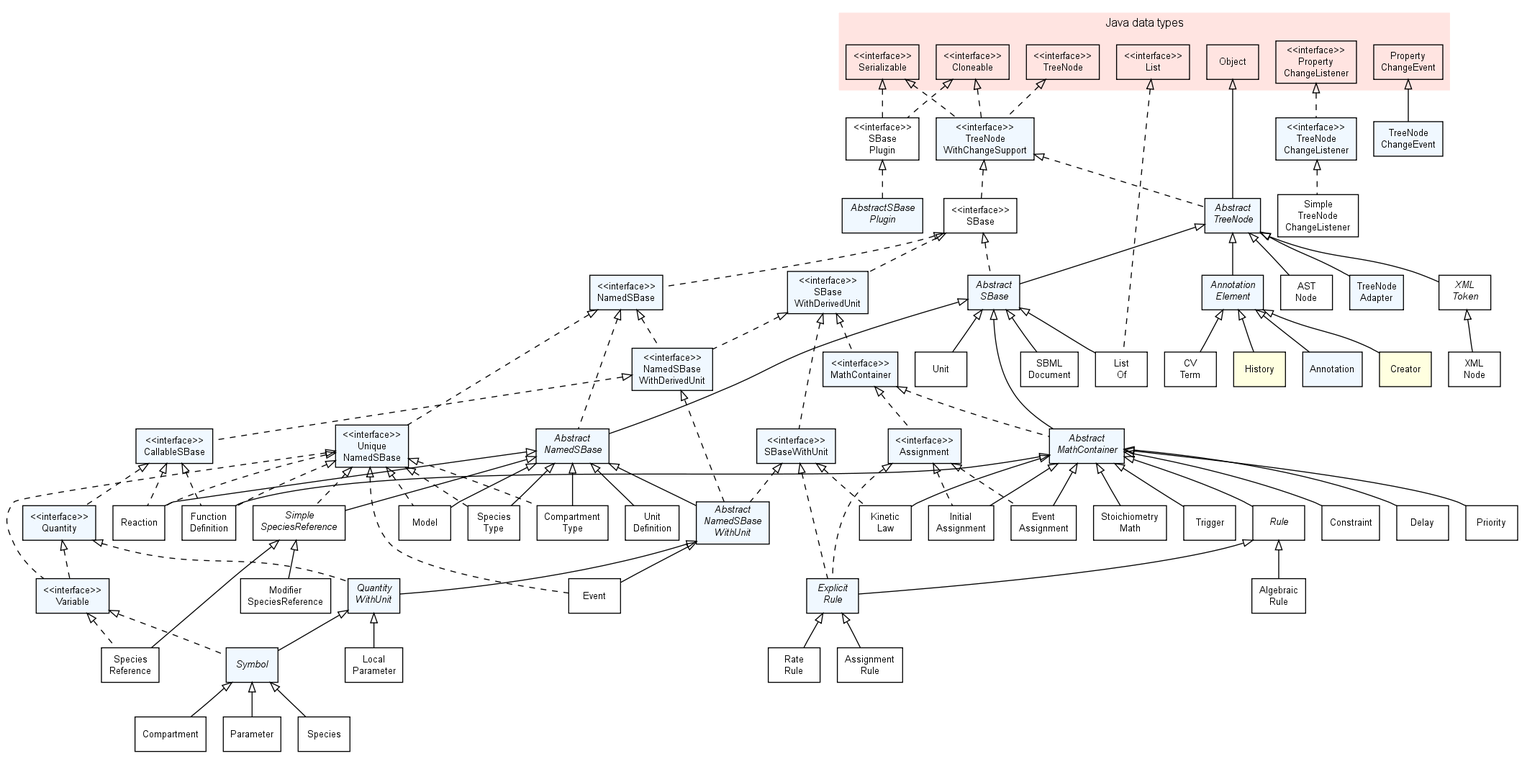
ChavaVennela/jsbml keeps this Graphviz diagram as doc/img/FullTypeHierarchy.png. Above is the earlier version. Its source is kept beside it as doc/img/FullTypeHierarchy.dot.
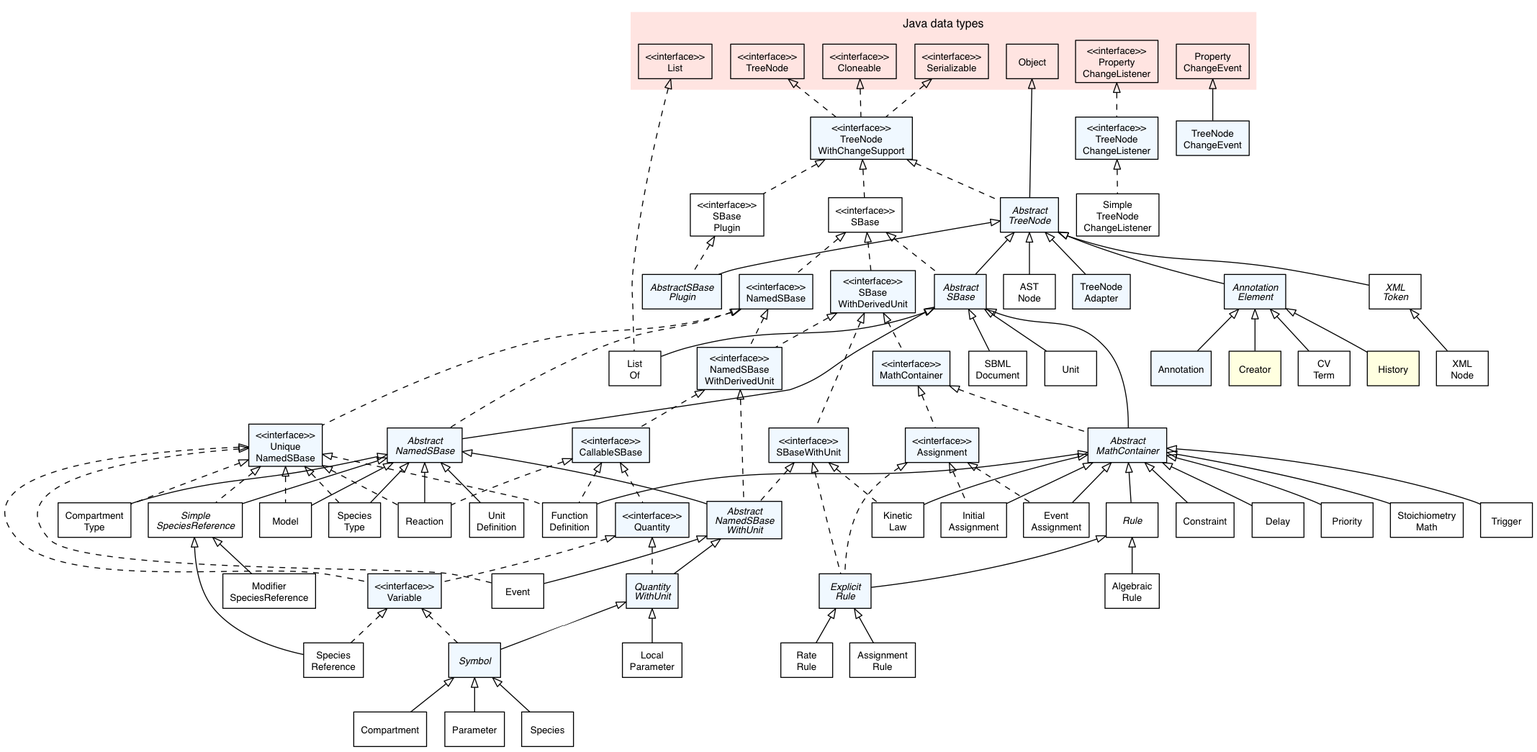
The same file after the commit.

Change to the diagram source:
```diff
@@ -154,6 +154,7 @@
   AbstractMathContainer      -> StoichiometryMath            [dir=back,arrowtail=empty];
   AbstractMathContainer      -> Trigger                      [dir=back,arrowtail=empty];
   AbstractTreeNode           -> AbstractSBase                [dir=back,arrowtail=empty];
+  AbstractTreeNode           -> AbstractSBasePlugin          [dir=back,arrowtail=empty];
   AbstractTreeNode           -> AnnotationElement            [dir=back,arrowtail=empty];
   AbstractTreeNode           -> ASTNode                      [dir=back,arrowtail=empty];
   AbstractTreeNode           -> TreeNodeAdapter              [dir=back,arrowtail=empty];
@@ -168,7 +169,6 @@
   CallableSBase              -> Quantity                     [dir=back,arrowtail=empty,style=dashed];
   CallableSBase              -> FunctionDefinition           [dir=back,arrowtail=empty,style=dashed];
   CallableSBase              -> Reaction                     [dir=back,arrowtail=empty,style=dashed];
-  Cloneable                  -> SBasePlugin                  [dir=back,arrowtail=empty,style=dashed];
   Cloneable                  -> TreeNodeWithChangeSupport    [dir=back,arrowtail=empty,style=dashed];
   ExplicitRule               -> AssignmentRule               [dir=back,arrowtail=empty];
   ExplicitRule               -> RateRule                     [dir=back,arrowtail=empty];
@@ -201,7 +201,6 @@
   SBaseWithUnit              -> KineticLaw                   [dir=back,arrowtail=empty,style=dashed];
   SimpleSpeciesReference     -> ModifierSpeciesReference     [dir=back,arrowtail=empty];
   SimpleSpeciesReference     -> SpeciesReference             [dir=back,arrowtail=empty];
-  Serializable               -> SBasePlugin                  [dir=back,arrowtail=empty,style=dashed];
   Serializable               -> TreeNodeWithChangeSupport    [dir=back,arrowtail=empty,style=dashed];
   Symbol                     -> Compartment                  [dir=back,arrowtail=empty];
   Symbol                     -> Parameter                    [dir=back,arrowtail=empty];
@@ -210,6 +209,7 @@
   TreeNodeChangeListener     -> SimpleTreeNodeChangeListener [dir=back,arrowtail=empty,style=dashed];
   TreeNodeWithChangeSupport  -> AbstractTreeNode             [dir=back,arrowtail=empty,style=dashed];
   TreeNodeWithChangeSupport  -> SBase                        [dir=back,arrowtail=empty,style=dashed];
+  TreeNodeWithChangeSupport  -> SBasePlugin                  [dir=back,arrowtail=empty,style=dashed];
   UniqueNamedSBase           -> CompartmentType              [dir=back,arrowtail=empty,style=dashed];
   UniqueNamedSBase           -> Event                        [dir=back,arrowtail=empty,style=dashed];
   UniqueNamedSBase           -> FunctionDefinition           [dir=back,arrowtail=empty,style=dashed];
```
